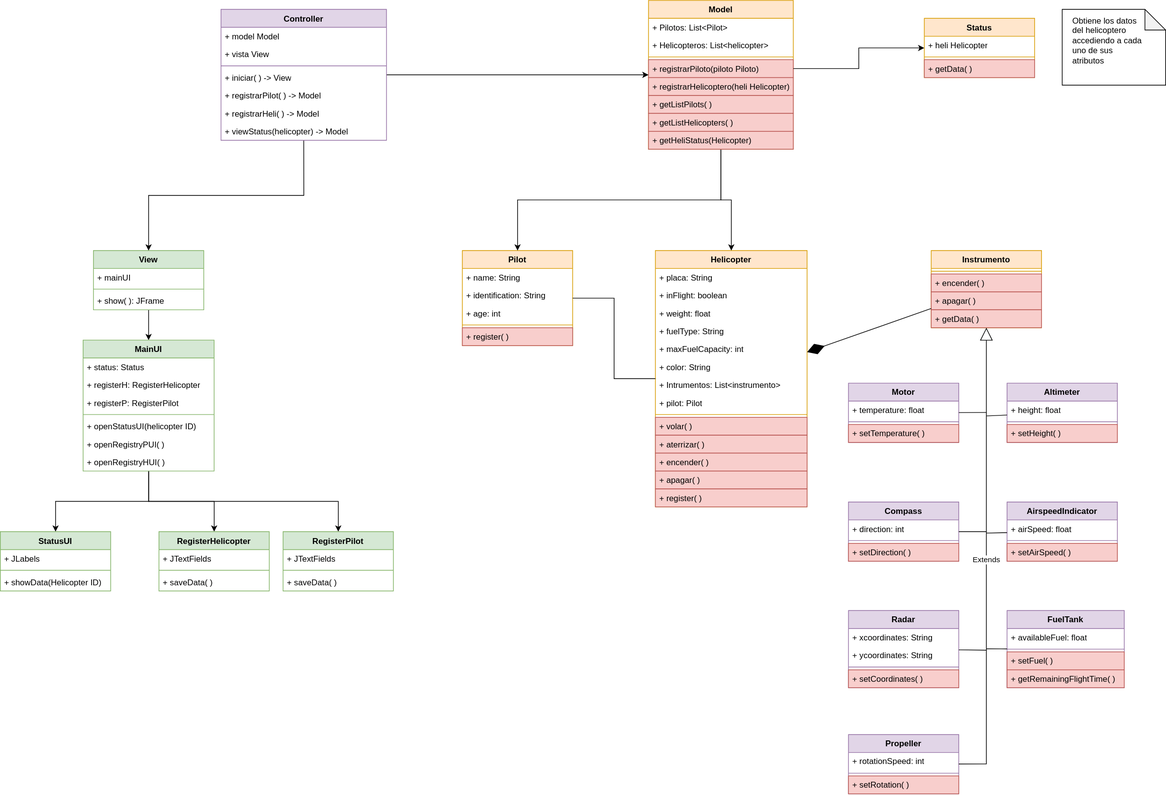
Earlier version of the draw.io export diagram.drawio.svg (benjiliang/Helicopter). Source tidied: cells renumbered, new cells last; positions are measured from the earlier drawing's top-left corner, leaving out a move shared by most shapes.
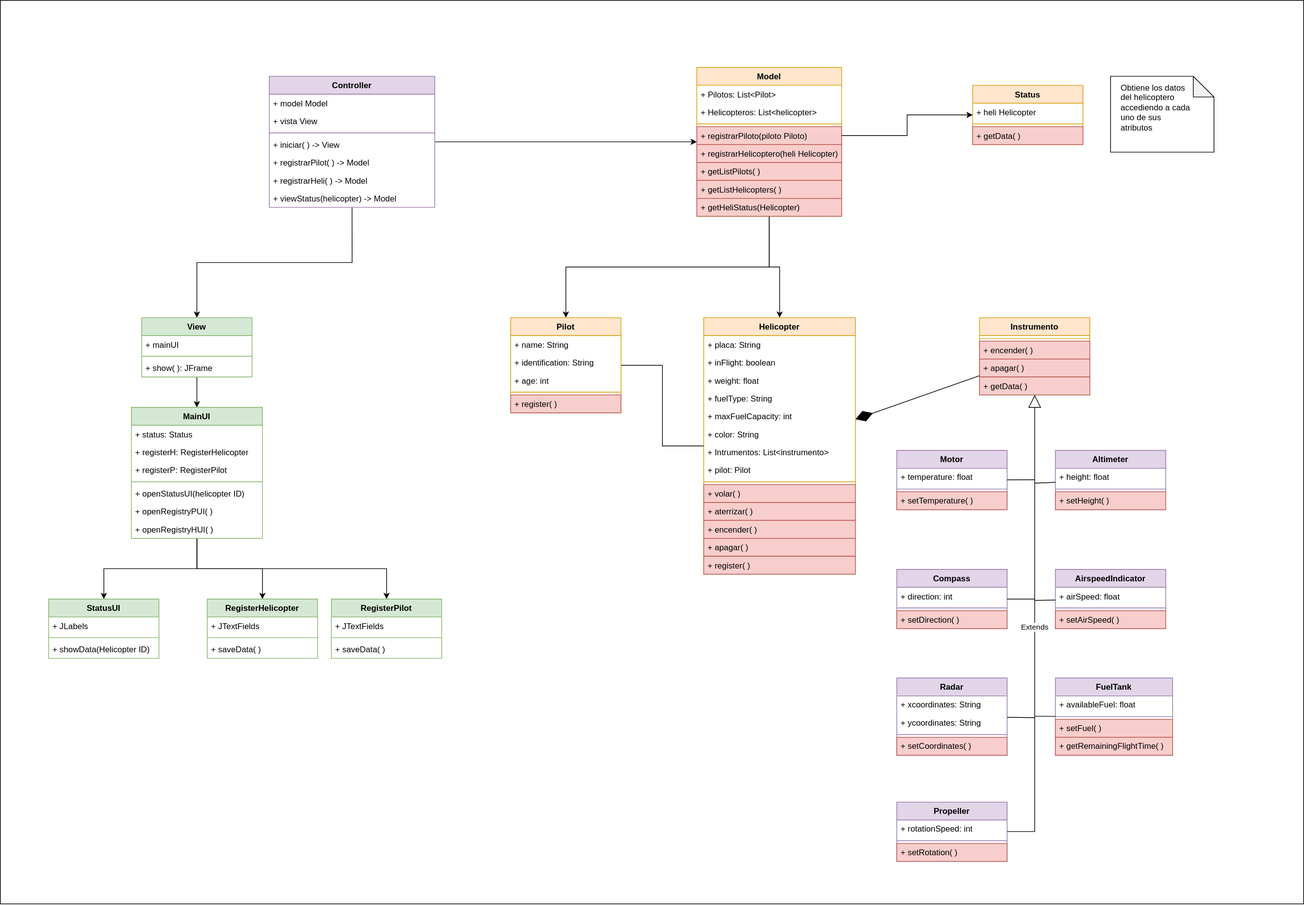
The same diagram one commit later.

What changed in the source:
```diff
@@ -2,6 +2,9 @@
   <root>
     <mxCell id="0" />
     <mxCell id="1" parent="0" />
+    <mxCell id="123" style="rounded=0;whiteSpace=wrap;html=1;" parent="1" vertex="1">
+      <mxGeometry x="-70" y="-97" width="1890" height="1310" as="geometry" />
+    </mxCell>
     <mxCell id="2" value="Pilot" style="swimlane;fontStyle=1;align=center;verticalAlign=top;horizontal=1;startSize=26;whiteSpace=wrap;html=1;fillColor=#ffe6cc;strokeColor=#d79b00;" parent="1" vertex="1">
       <mxGeometry x="670" y="363" width="160" height="138" as="geometry" />
     </mxCell>
```
